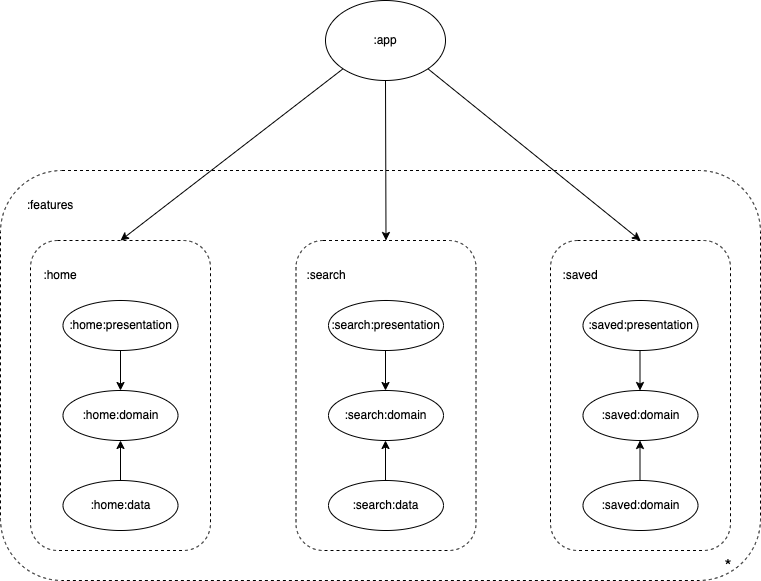
Earlier version of the draw.io export docs/images/coremodulegraph/high_level_module_graph.png (sahianmol1/Bronco-for-Reddit). Source tidied: cells renumbered, new cells last; positions are measured from the earlier drawing's top-left corner, leaving out a move shared by most shapes. Its diagram source:
```xml
<mxGraphModel>
  <root>
    <mxCell id="0" />
    <mxCell id="1" parent="0" />
    <mxCell id="2" value=":app" style="ellipse;whiteSpace=wrap;html=1;strokeColor=#000000;" parent="1" vertex="1">
      <mxGeometry x="325" width="120" height="80" as="geometry" />
    </mxCell>
    <mxCell id="3" style="rounded=1;whiteSpace=wrap;html=1;dashed=1;" parent="1" vertex="1">
      <mxGeometry y="170" width="760" height="410" as="geometry" />
    </mxCell>
    <mxCell id="4" value=":features" style="text;html=1;align=center;verticalAlign=middle;whiteSpace=wrap;rounded=0;" parent="1" vertex="1">
      <mxGeometry x="20" y="190" width="60" height="30" as="geometry" />
    </mxCell>
    <mxCell id="5" style="rounded=1;whiteSpace=wrap;html=1;dashed=1;" parent="1" vertex="1">
      <mxGeometry x="30" y="240" width="180" height="310" as="geometry" />
    </mxCell>
    <mxCell id="6" value=":home:presentation" style="ellipse;whiteSpace=wrap;html=1;" parent="1" vertex="1">
      <mxGeometry x="62.5" y="300" width="115" height="50" as="geometry" />
    </mxCell>
    <mxCell id="7" value=":home:domain" style="ellipse;whiteSpace=wrap;html=1;" parent="1" vertex="1">
      <mxGeometry x="62.5" y="390" width="115" height="50" as="geometry" />
    </mxCell>
    <mxCell id="8" value=":home:data" style="ellipse;whiteSpace=wrap;html=1;" parent="1" vertex="1">
      <mxGeometry x="62.5" y="480" width="115" height="50" as="geometry" />
    </mxCell>
    <mxCell id="9" value=":home" style="text;html=1;align=center;verticalAlign=middle;whiteSpace=wrap;rounded=0;" parent="1" vertex="1">
      <mxGeometry x="30" y="260" width="60" height="30" as="geometry" />
    </mxCell>
    <mxCell id="10" style="endArrow=classic;html=1;rounded=0;exitX=0.5;exitY=1;exitDx=0;exitDy=0;entryX=0.5;entryY=0;entryDx=0;entryDy=0;" parent="1" edge="1" source="6" target="7">
      <mxGeometry relative="1" as="geometry" />
    </mxCell>
    <mxCell id="11" style="endArrow=classic;html=1;rounded=0;exitX=0.5;exitY=0;exitDx=0;exitDy=0;entryX=0.5;entryY=1;entryDx=0;entryDy=0;" parent="1" edge="1" source="8" target="7">
      <mxGeometry relative="1" as="geometry" />
    </mxCell>
    <mxCell id="12" style="rounded=1;whiteSpace=wrap;html=1;dashed=1;" parent="1" vertex="1">
      <mxGeometry x="295.5" y="240" width="180" height="310" as="geometry" />
    </mxCell>
    <mxCell id="13" style="rounded=1;whiteSpace=wrap;html=1;dashed=1;" parent="1" vertex="1">
      <mxGeometry x="550" y="240" width="180" height="310" as="geometry" />
    </mxCell>
    <mxCell id="14" value=":search:presentation" style="ellipse;whiteSpace=wrap;html=1;" parent="1" vertex="1">
      <mxGeometry x="328" y="300" width="115" height="50" as="geometry" />
    </mxCell>
    <mxCell id="15" value=":search:domain" style="ellipse;whiteSpace=wrap;html=1;" parent="1" vertex="1">
      <mxGeometry x="328" y="390" width="115" height="50" as="geometry" />
    </mxCell>
    <mxCell id="16" value=":search:data" style="ellipse;whiteSpace=wrap;html=1;" parent="1" vertex="1">
      <mxGeometry x="328" y="480" width="115" height="50" as="geometry" />
    </mxCell>
    <mxCell id="17" value=":search" style="text;html=1;align=center;verticalAlign=middle;whiteSpace=wrap;rounded=0;" parent="1" vertex="1">
      <mxGeometry x="295.5" y="260" width="60" height="30" as="geometry" />
    </mxCell>
    <mxCell id="18" value=":saved" style="text;html=1;align=center;verticalAlign=middle;whiteSpace=wrap;rounded=0;" parent="1" vertex="1">
      <mxGeometry x="550" y="260" width="60" height="30" as="geometry" />
    </mxCell>
    <mxCell id="19" value=":saved:presentation" style="ellipse;whiteSpace=wrap;html=1;" parent="1" vertex="1">
      <mxGeometry x="582.5" y="300" width="115" height="50" as="geometry" />
    </mxCell>
    <mxCell id="20" value=":saved:domain" style="ellipse;whiteSpace=wrap;html=1;" parent="1" vertex="1">
      <mxGeometry x="582.5" y="390" width="115" height="50" as="geometry" />
    </mxCell>
    <mxCell id="21" value=":saved:domain" style="ellipse;whiteSpace=wrap;html=1;" parent="1" vertex="1">
      <mxGeometry x="582.5" y="480" width="115" height="50" as="geometry" />
    </mxCell>
    <mxCell id="22" style="endArrow=classic;html=1;rounded=0;exitX=0.5;exitY=1;exitDx=0;exitDy=0;entryX=0.5;entryY=0;entryDx=0;entryDy=0;" parent="1" edge="1">
      <mxGeometry relative="1" as="geometry">
        <mxPoint x="385" y="350" as="sourcePoint" />
        <mxPoint x="385" y="390" as="targetPoint" />
      </mxGeometry>
    </mxCell>
    <mxCell id="23" style="endArrow=classic;html=1;rounded=0;exitX=0.5;exitY=1;exitDx=0;exitDy=0;entryX=0.5;entryY=0;entryDx=0;entryDy=0;" parent="1" edge="1">
      <mxGeometry relative="1" as="geometry">
        <mxPoint x="639.5" y="350" as="sourcePoint" />
        <mxPoint x="639.5" y="390" as="targetPoint" />
      </mxGeometry>
    </mxCell>
    <mxCell id="24" style="endArrow=classic;html=1;rounded=0;exitX=0.5;exitY=0;exitDx=0;exitDy=0;entryX=0.5;entryY=1;entryDx=0;entryDy=0;" parent="1" edge="1">
      <mxGeometry relative="1" as="geometry">
        <mxPoint x="385" y="480" as="sourcePoint" />
        <mxPoint x="385" y="440" as="targetPoint" />
      </mxGeometry>
    </mxCell>
    <mxCell id="25" style="endArrow=classic;html=1;rounded=0;exitX=0.5;exitY=0;exitDx=0;exitDy=0;entryX=0.5;entryY=1;entryDx=0;entryDy=0;" parent="1" edge="1">
      <mxGeometry relative="1" as="geometry">
        <mxPoint x="639.5" y="480" as="sourcePoint" />
        <mxPoint x="639.5" y="440" as="targetPoint" />
      </mxGeometry>
    </mxCell>
    <mxCell id="26" style="endArrow=classic;html=1;rounded=0;exitX=0;exitY=1;exitDx=0;exitDy=0;entryX=0.5;entryY=0;entryDx=0;entryDy=0;" parent="1" edge="1" source="2" target="5">
      <mxGeometry relative="1" as="geometry" />
    </mxCell>
    <mxCell id="27" style="endArrow=classic;html=1;rounded=0;exitX=0.5;exitY=1;exitDx=0;exitDy=0;entryX=0.5;entryY=0;entryDx=0;entryDy=0;" parent="1" edge="1" source="2" target="12">
      <mxGeometry relative="1" as="geometry" />
    </mxCell>
    <mxCell id="28" style="endArrow=classic;html=1;rounded=0;exitX=1;exitY=1;exitDx=0;exitDy=0;entryX=0.5;entryY=0;entryDx=0;entryDy=0;" parent="1" edge="1" source="2" target="13">
      <mxGeometry relative="1" as="geometry" />
    </mxCell>
    <mxCell id="29" value="&lt;font style=&quot;font-size: 18px;&quot;&gt;*&lt;/font&gt;" style="text;html=1;align=center;verticalAlign=middle;whiteSpace=wrap;rounded=0;" parent="1" vertex="1">
      <mxGeometry x="697.5" y="550" width="60" height="30" as="geometry" />
    </mxCell>
  </root>
</mxGraphModel>
```
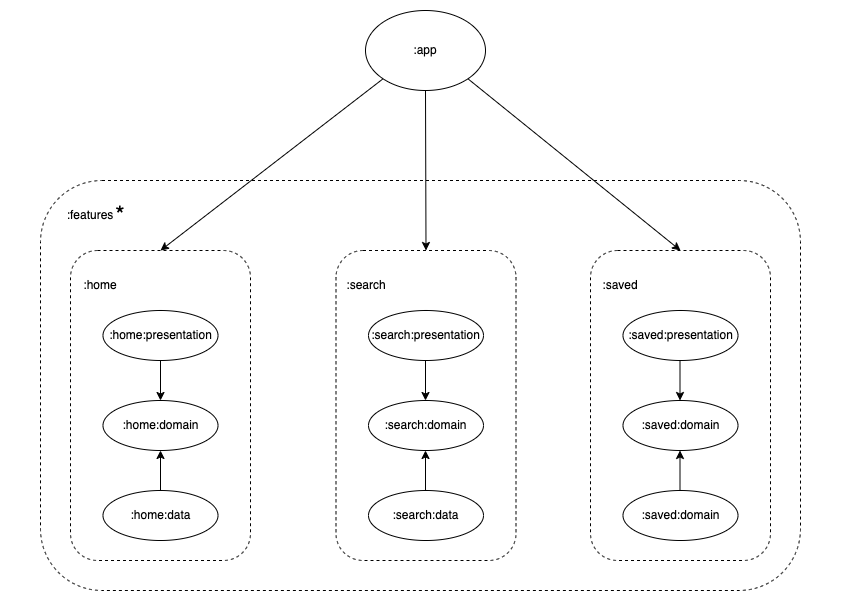
The same diagram one commit later.

Commit message:
update dependency module graph

Diff of the diagram source:
```diff
@@ -2,6 +2,9 @@
   <root>
     <mxCell id="0" />
     <mxCell id="1" parent="0" />
+    <mxCell id="30" style="rounded=1;whiteSpace=wrap;html=1;strokeColor=#ffffff;" parent="1" vertex="1">
+      <mxGeometry x="-40" y="-10" width="840" height="590" as="geometry" />
+    </mxCell>
     <mxCell id="2" value=":app" style="ellipse;whiteSpace=wrap;html=1;strokeColor=#000000;" parent="1" vertex="1">
       <mxGeometry x="325" width="120" height="80" as="geometry" />
     </mxCell>
@@ -95,8 +98,8 @@
     <mxCell id="28" style="endArrow=classic;html=1;rounded=0;exitX=1;exitY=1;exitDx=0;exitDy=0;entryX=0.5;entryY=0;entryDx=0;entryDy=0;" parent="1" edge="1" source="2" target="13">
       <mxGeometry relative="1" as="geometry" />
     </mxCell>
-    <mxCell id="29" value="&lt;font style=&quot;font-size: 18px;&quot;&gt;*&lt;/font&gt;" style="text;html=1;align=center;verticalAlign=middle;whiteSpace=wrap;rounded=0;" parent="1" vertex="1">
-      <mxGeometry x="697.5" y="550" width="60" height="30" as="geometry" />
+    <mxCell id="29" value="&lt;font style=&quot;font-size: 24px;&quot;&gt;*&lt;/font&gt;" style="text;html=1;align=center;verticalAlign=middle;whiteSpace=wrap;rounded=0;" parent="1" vertex="1">
+      <mxGeometry x="50" y="190" width="60" height="30" as="geometry" />
     </mxCell>
   </root>
 </mxGraphModel>
```
